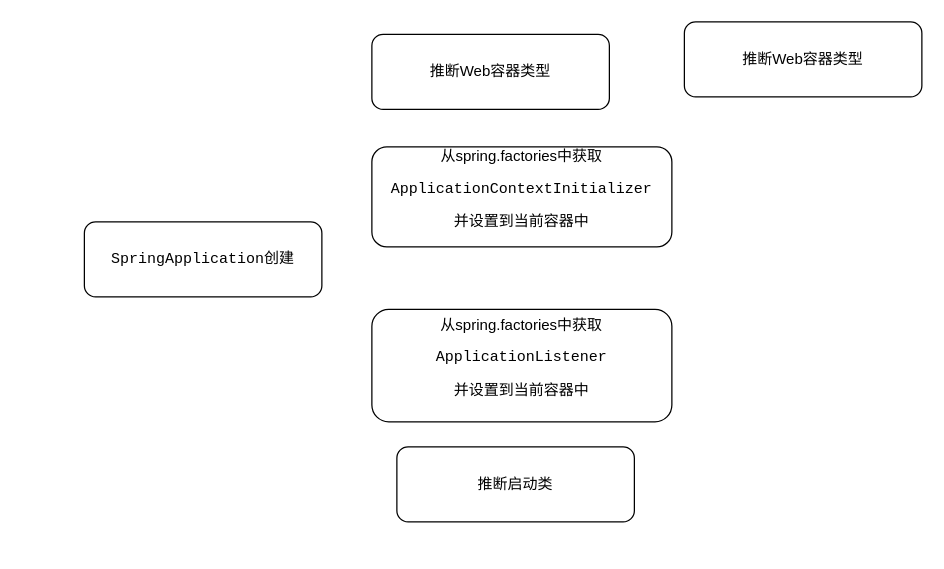
Above: spring/spring boot启动流程.drawio in erlieStar/diagrams (draw.io), before the change. Source tidied: cells renumbered, new cells numbered last; positions are measured from the earlier drawing's top-left corner, leaving out a move shared by most shapes. Both pictures are drawn from the tidied source at 125%, with x=0, y=0 at pixel (84, 21).
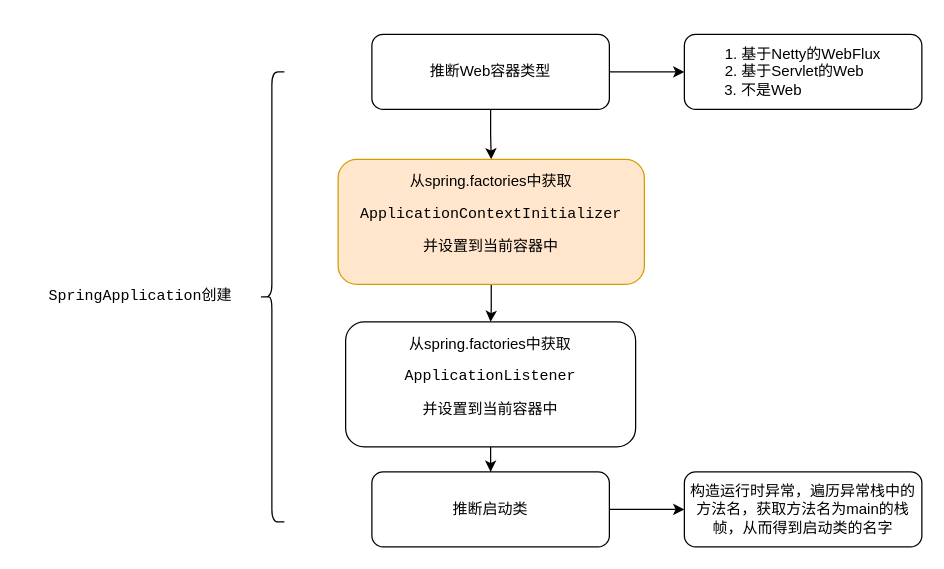
The same page after the edit.

Diff of the diagram source:
```diff
@@
 <mxGraphModel>
   <root>
     <mxCell id="0" />
     <mxCell id="1" parent="0" />
-    <mxCell id="2" value="&lt;pre&gt;SpringApplication创建&lt;/pre&gt;" style="rounded=1;whiteSpace=wrap;html=1;" parent="1" vertex="1">
-      <mxGeometry y="160" width="190" height="60" as="geometry" />
-    </mxCell>
+    <mxCell id="8" style="edgeStyle=orthogonalEdgeStyle;rounded=0;jettySize=auto;html=1;entryX=0.5;entryY=0;entryDx=0;entryDy=0;" parent="1" edge="1" source="3" target="5">
+      <mxGeometry relative="1" as="geometry" />
+    </mxCell>
+    <mxCell id="9" style="edgeStyle=orthogonalEdgeStyle;rounded=0;jettySize=auto;html=1;exitX=1;exitY=0.5;exitDx=0;exitDy=0;entryX=0;entryY=0.5;entryDx=0;entryDy=0;" parent="1" edge="1" source="3" target="4">
+      <mxGeometry relative="1" as="geometry" />
+    </mxCell>
     <mxCell id="3" value="推断Web容器类型" style="rounded=1;whiteSpace=wrap;html=1;" parent="1" vertex="1">
       <mxGeometry x="230" y="10" width="190" height="60" as="geometry" />
     </mxCell>
-    <mxCell id="4" value="推断Web容器类型" style="rounded=1;whiteSpace=wrap;html=1;" parent="1" vertex="1">
-      <mxGeometry x="480" width="190" height="60" as="geometry" />
+    <mxCell id="4" value="1. 基于Netty的WebFlux&lt;br&gt;2. 基于Servlet的Web&amp;nbsp; &amp;nbsp;&amp;nbsp;&lt;br&gt;3. 不是Web&amp;nbsp; &amp;nbsp; &amp;nbsp; &amp;nbsp; &amp;nbsp; &amp;nbsp; &amp;nbsp; &amp;nbsp; &amp;nbsp; &amp;nbsp;" style="rounded=1;whiteSpace=wrap;html=1;" parent="1" vertex="1">
+      <mxGeometry x="480" y="10" width="190" height="60" as="geometry" />
     </mxCell>
+    <mxCell id="10" style="edgeStyle=orthogonalEdgeStyle;rounded=0;jettySize=auto;html=1;entryX=0.5;entryY=0;entryDx=0;entryDy=0;" parent="1" edge="1" source="5" target="6">
+      <mxGeometry relative="1" as="geometry" />
+    </mxCell>
-    <mxCell id="5" value="从spring.factories中获取&lt;br&gt;&lt;pre&gt;ApplicationContextInitializer&lt;/pre&gt;&lt;pre&gt;并设置到当前容器中&lt;/pre&gt;" style="rounded=1;whiteSpace=wrap;html=1;" parent="1" vertex="1">
-      <mxGeometry x="230" y="100" width="240" height="80" as="geometry" />
+    <mxCell id="5" value="从spring.factories中获取&lt;br&gt;&lt;pre&gt;ApplicationContextInitializer&lt;/pre&gt;&lt;pre&gt;并设置到当前容器中&lt;/pre&gt;" style="rounded=1;whiteSpace=wrap;html=1;sketch=0;glass=0;shadow=0;fillColor=#ffe6cc;strokeColor=#d79b00;" parent="1" vertex="1">
+      <mxGeometry x="203" y="110" width="245" height="100" as="geometry" />
     </mxCell>
+    <mxCell id="11" style="edgeStyle=orthogonalEdgeStyle;rounded=0;jettySize=auto;html=1;" parent="1" edge="1" source="6" target="7">
+      <mxGeometry relative="1" as="geometry" />
+    </mxCell>
     <mxCell id="6" value="从spring.factories中获取&lt;br&gt;&lt;pre&gt;&lt;pre&gt;ApplicationListener&lt;/pre&gt;&lt;/pre&gt;&lt;pre&gt;并设置到当前容器中&lt;/pre&gt;" style="rounded=1;whiteSpace=wrap;html=1;" parent="1" vertex="1">
-      <mxGeometry x="230" y="230" width="240" height="90" as="geometry" />
+      <mxGeometry x="209" y="240" width="232" height="100" as="geometry" />
     </mxCell>
+    <mxCell id="12" style="edgeStyle=orthogonalEdgeStyle;rounded=0;jettySize=auto;html=1;exitX=1;exitY=0.5;exitDx=0;exitDy=0;entryX=0;entryY=0.5;entryDx=0;entryDy=0;" parent="1" edge="1" source="7" target="13">
+      <mxGeometry relative="1" as="geometry" />
+    </mxCell>
     <mxCell id="7" value="推断启动类" style="rounded=1;whiteSpace=wrap;html=1;" parent="1" vertex="1">
-      <mxGeometry x="250" y="340" width="190" height="60" as="geometry" />
+      <mxGeometry x="230" y="360" width="190" height="60" as="geometry" />
     </mxCell>
+    <mxCell id="13" value="构造运行时异常，遍历异常栈中的方法名，获取方法名为main的&lt;span&gt;栈帧，从而得到启动类的名字&lt;/span&gt;" style="rounded=1;whiteSpace=wrap;html=1;" parent="1" vertex="1">
+      <mxGeometry x="480" y="360" width="190" height="60" as="geometry" />
+    </mxCell>
+    <mxCell id="14" style="shape=curlyBracket;whiteSpace=wrap;html=1;rounded=1;shadow=0;glass=0;sketch=0;" parent="1" vertex="1">
+      <mxGeometry x="140" y="40" width="20" height="360" as="geometry" />
+    </mxCell>
+    <mxCell id="2" value="&lt;pre&gt;SpringApplication创建&lt;/pre&gt;" style="text;html=1;strokeColor=none;fillColor=none;align=center;verticalAlign=middle;whiteSpace=wrap;rounded=0;shadow=0;glass=0;sketch=0;" parent="1" vertex="1">
+      <mxGeometry x="-50" y="210" width="190" height="20" as="geometry" />
+    </mxCell>
   </root>
 </mxGraphModel>
```
